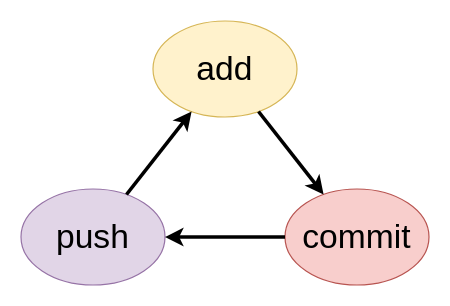
Earlier version of the draw.io diagram page "GIT lifecycle" (6 of 7) of src/imgs/draw.io.drawio (tejaswigowda/book.programmingthecloud.com). Source tidied: cells renumbered, new cells numbered last; positions are measured from the earlier drawing's top-left corner, leaving out a move shared by most shapes. Both pictures are drawn from the tidied source at 120%, with x=0, y=0 at pixel (20, 20).
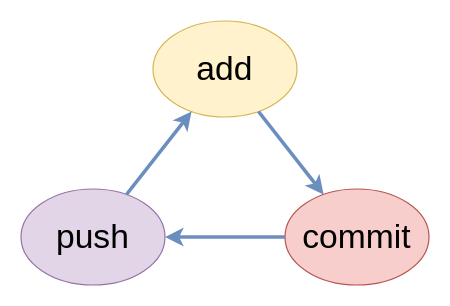
Above is the later version.

Change to the diagram source:
```diff
@@
 <mxGraphModel>
   <root>
     <mxCell id="0" />
     <mxCell id="1" parent="0" />
     <mxCell id="2" value="add" style="ellipse;whiteSpace=wrap;html=1;rounded=1;shadow=0;glass=1;comic=0;strokeColor=#d6b656;fillColor=#fff2cc;fontSize=28;align=center;" parent="1" vertex="1">
       <mxGeometry x="110" width="120" height="80" as="geometry" />
     </mxCell>
     <mxCell id="3" value="commit" style="ellipse;whiteSpace=wrap;html=1;rounded=1;shadow=0;glass=1;comic=0;strokeColor=#b85450;fillColor=#f8cecc;fontSize=28;align=center;" parent="1" vertex="1">
       <mxGeometry x="220" y="140" width="120" height="80" as="geometry" />
     </mxCell>
     <mxCell id="4" value="push" style="ellipse;whiteSpace=wrap;html=1;rounded=1;shadow=0;glass=1;comic=0;strokeColor=#9673a6;fillColor=#e1d5e7;fontSize=28;align=center;" parent="1" vertex="1">
       <mxGeometry y="140" width="120" height="80" as="geometry" />
     </mxCell>
-    <mxCell id="5" style="endArrow=classic;html=1;strokeWidth=3;fontSize=28;" parent="1" edge="1" source="2" target="3">
+    <mxCell id="5" style="endArrow=classic;html=1;strokeWidth=3;fontSize=28;fillColor=#dae8fc;strokeColor=#6c8ebf;" parent="1" edge="1" source="2" target="3">
       <mxGeometry relative="1" as="geometry" />
     </mxCell>
-    <mxCell id="6" style="endArrow=classic;html=1;strokeWidth=3;fontSize=28;exitX=0;exitY=0.5;exitDx=0;exitDy=0;" parent="1" edge="1" source="3" target="4">
+    <mxCell id="6" style="endArrow=classic;html=1;strokeWidth=3;fontSize=28;exitX=0;exitY=0.5;exitDx=0;exitDy=0;fillColor=#dae8fc;strokeColor=#6c8ebf;" parent="1" edge="1" source="3" target="4">
       <mxGeometry relative="1" as="geometry" />
     </mxCell>
-    <mxCell id="7" style="endArrow=classic;html=1;strokeWidth=3;fontSize=28;" parent="1" edge="1" source="4" target="2">
+    <mxCell id="7" style="endArrow=classic;html=1;strokeWidth=3;fontSize=28;fillColor=#dae8fc;strokeColor=#6c8ebf;" parent="1" edge="1" source="4" target="2">
       <mxGeometry relative="1" as="geometry" />
     </mxCell>
   </root>
 </mxGraphModel>
```
